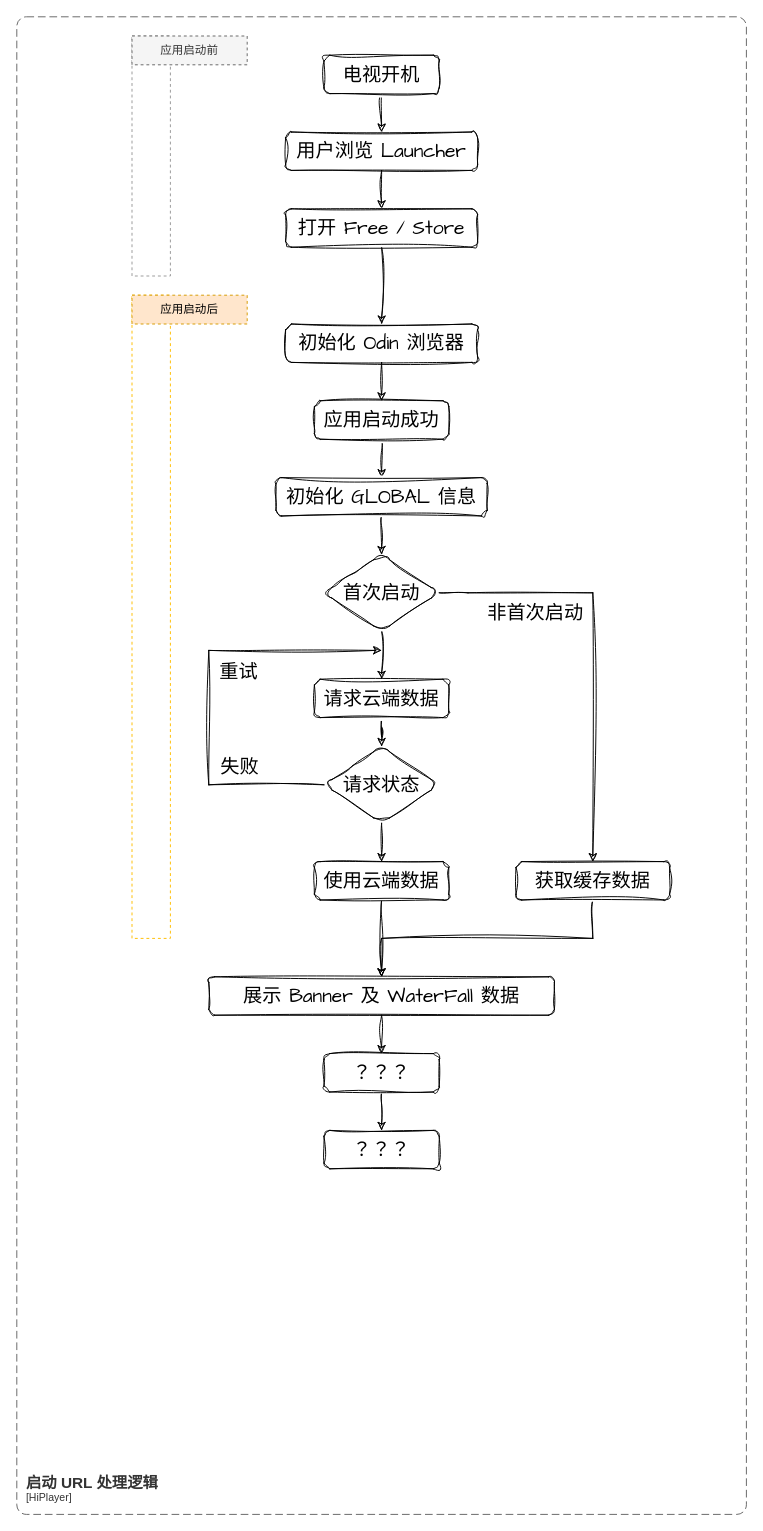
Above: page "启动流程图" (1 of 8) of Free and Store Diagram.drawio in LeeDebug/drawio (draw.io), before the change. Source tidied: cells renumbered, new cells numbered last; positions are measured from the earlier drawing's top-left corner, leaving out a move shared by most shapes. Both pictures are drawn from the tidied source at 96%, with x=0, y=0 at pixel (16, 16).
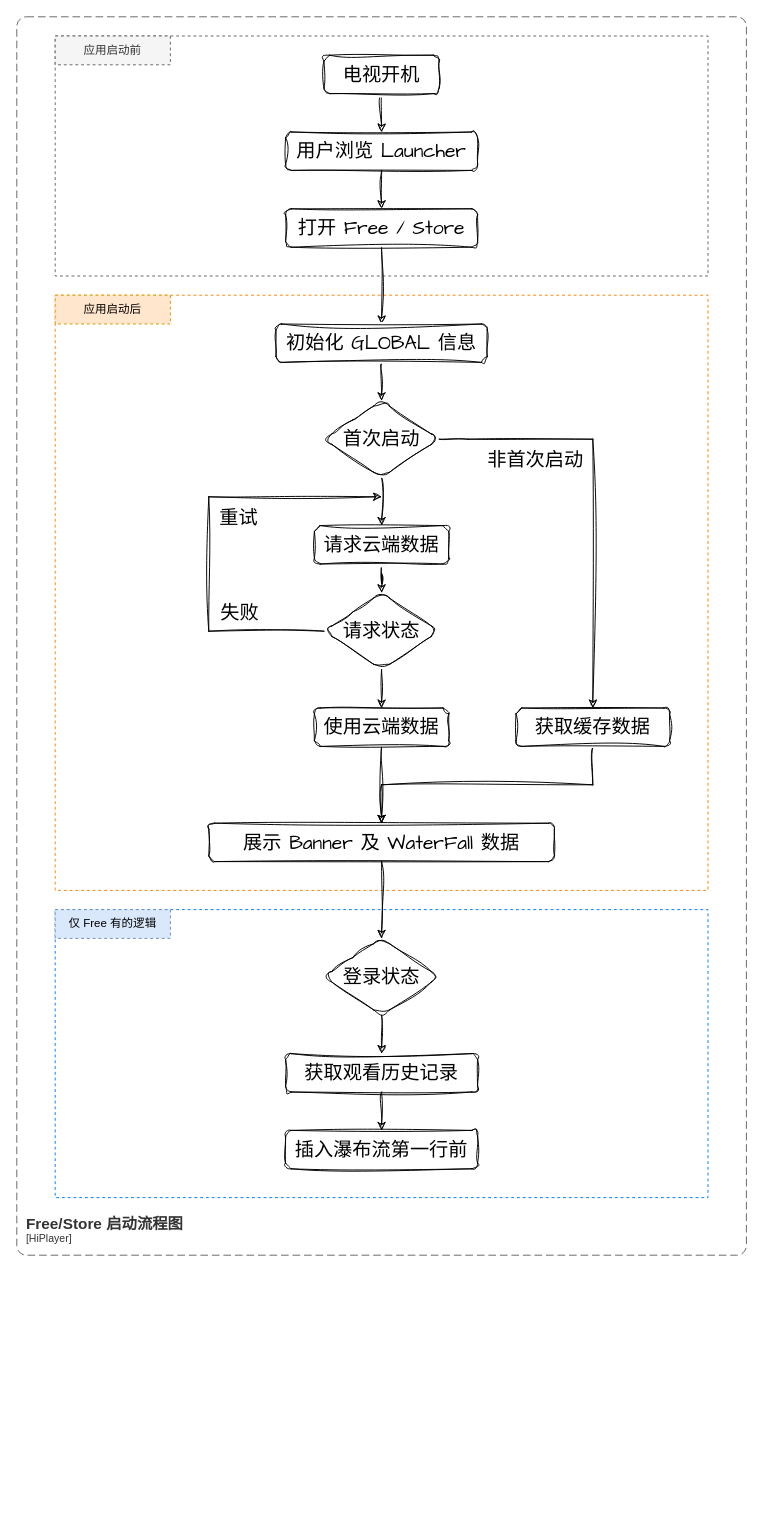
Above is the later version.

The change refers to these unchanged cells:
```xml
<mxCell id="10" value="打开 Free / Store" style="rounded=1;whiteSpace=wrap;html=1;sketch=1;hachureGap=4;jiggle=2;curveFitting=1;fontFamily=Architects Daughter;fontSize=20;" parent="1" vertex="1">
  <mxGeometry x="280" y="200" width="200" height="40" as="geometry" />
</mxCell>
```

What changed in the source:
```diff
@@
+    <mxCell id="39" style="rounded=0;whiteSpace=wrap;html=1;fillColor=none;dashed=1;strokeColor=#007FFF;" parent="1" vertex="1">
+      <mxGeometry x="40" y="930" width="680" height="300" as="geometry" />
+    </mxCell>
-    <mxCell id="2" style="rounded=0;whiteSpace=wrap;html=1;fillColor=none;dashed=1;strokeColor=#999999;" parent="1" vertex="1">
-      <mxGeometry x="120" y="20" width="40" height="250" as="geometry" />
+    <mxCell id="2" style="rounded=0;whiteSpace=wrap;html=1;fillColor=none;dashed=1;strokeColor=#666666;" parent="1" vertex="1">
+      <mxGeometry x="40" y="20" width="680" height="250" as="geometry" />
     </mxCell>
-    <mxCell id="3" style="rounded=0;whiteSpace=wrap;html=1;fillColor=none;dashed=1;strokeColor=#ffbf00;" parent="1" vertex="1">
-      <mxGeometry x="120" y="290" width="40" height="670" as="geometry" />
+    <mxCell id="3" style="rounded=0;whiteSpace=wrap;html=1;fillColor=none;dashed=1;strokeColor=#FF8000;" parent="1" vertex="1">
+      <mxGeometry x="40" y="290" width="680" height="620" as="geometry" />
     </mxCell>
-    <object id="4" label="&lt;font style=&quot;font-size: 16px&quot;&gt;&lt;b&gt;&lt;div style=&quot;text-align: left&quot;&gt;%c4Name%&lt;/div&gt;&lt;/b&gt;&lt;/font&gt;&lt;div style=&quot;text-align: left&quot;&gt;[%c4Application%]&lt;/div&gt;" c4Application="HiPlayer" c4Name="启动 URL 处理逻辑" placeholders="1">
+    <object id="4" label="&lt;font style=&quot;font-size: 16px&quot;&gt;&lt;b&gt;&lt;div style=&quot;text-align: left&quot;&gt;%c4Name%&lt;/div&gt;&lt;/b&gt;&lt;/font&gt;&lt;div style=&quot;text-align: left&quot;&gt;[%c4Application%]&lt;/div&gt;" c4Application="HiPlayer" c4Name="Free/Store 启动流程图" placeholders="1">
       <mxCell style="rounded=1;fontSize=11;whiteSpace=wrap;html=1;dashed=1;arcSize=20;fillColor=none;strokeColor=#666666;fontColor=#333333;labelBackgroundColor=none;align=left;verticalAlign=bottom;labelBorderColor=none;spacingTop=0;spacing=10;dashPattern=8 4;perimeter=rectanglePerimeter;noLabel=0;labelPadding=0;absoluteArcSize=1;" parent="1" vertex="1">
-        <mxGeometry width="760" height="1560" as="geometry" />
+        <mxGeometry width="760" height="1290" as="geometry" />
       </mxCell>
     </object>
@@
-    <mxCell id="9" style="edgeStyle=orthogonalEdgeStyle;rounded=0;sketch=1;hachureGap=4;jiggle=2;curveFitting=1;jettySize=auto;html=1;fontFamily=Architects Daughter;fontSize=16;" parent="1" edge="1" source="10" target="12">
-      <mxGeometry relative="1" as="geometry" />
-    </mxCell>
+    <mxCell id="40" style="edgeStyle=orthogonalEdgeStyle;rounded=0;sketch=1;hachureGap=4;jiggle=2;curveFitting=1;jettySize=auto;html=1;exitX=0.5;exitY=1;exitDx=0;exitDy=0;entryX=0.5;entryY=0;entryDx=0;entryDy=0;fontFamily=Architects Daughter;fontSize=16;" parent="1" edge="1" source="10" target="31">
+      <mxGeometry relative="1" as="geometry" />
+    </mxCell>
@@
-    <mxCell id="11" style="edgeStyle=orthogonalEdgeStyle;rounded=0;sketch=1;hachureGap=4;jiggle=2;curveFitting=1;jettySize=auto;html=1;fontFamily=Architects Daughter;fontSize=16;" parent="1" edge="1" source="12" target="14">
-      <mxGeometry relative="1" as="geometry" />
-    </mxCell>
-    <mxCell id="12" value="初始化 Odin 浏览器" style="rounded=1;whiteSpace=wrap;html=1;sketch=1;hachureGap=4;jiggle=2;curveFitting=1;fontFamily=Architects Daughter;fontSize=20;" parent="1" vertex="1">
-      <mxGeometry x="280" y="320" width="200" height="40" as="geometry" />
-    </mxCell>
-    <mxCell id="13" style="edgeStyle=orthogonalEdgeStyle;rounded=0;sketch=1;hachureGap=4;jiggle=2;curveFitting=1;jettySize=auto;html=1;fontFamily=Architects Daughter;fontSize=16;" parent="1" edge="1" source="14" target="31">
-      <mxGeometry relative="1" as="geometry" />
-    </mxCell>
-    <mxCell id="14" value="应用启动成功" style="rounded=1;whiteSpace=wrap;html=1;sketch=1;hachureGap=4;jiggle=2;curveFitting=1;fontFamily=Architects Daughter;fontSize=20;" parent="1" vertex="1">
-      <mxGeometry x="310" y="400" width="140" height="40" as="geometry" />
-    </mxCell>
-    <mxCell id="15" style="edgeStyle=orthogonalEdgeStyle;rounded=0;sketch=1;hachureGap=4;jiggle=2;curveFitting=1;jettySize=auto;html=1;fontFamily=Architects Daughter;fontSize=16;" parent="1" edge="1" source="16" target="20">
-      <mxGeometry relative="1" as="geometry" />
-    </mxCell>
+    <mxCell id="41" style="edgeStyle=orthogonalEdgeStyle;rounded=0;sketch=1;hachureGap=4;jiggle=2;curveFitting=1;jettySize=auto;html=1;fontFamily=Architects Daughter;fontSize=16;" parent="1" edge="1" source="16" target="43">
+      <mxGeometry relative="1" as="geometry" />
+    </mxCell>
     <mxCell id="16" value="展示 Banner 及 WaterFall 数据" style="rounded=1;whiteSpace=wrap;html=1;sketch=1;hachureGap=4;jiggle=2;curveFitting=1;fontFamily=Architects Daughter;fontSize=20;" parent="1" vertex="1">
-      <mxGeometry x="200" y="1000" width="360" height="40" as="geometry" />
+      <mxGeometry x="200" y="840" width="360" height="40" as="geometry" />
     </mxCell>
     <mxCell id="17" value="应用启动前" style="text;html=1;strokeColor=#666666;fillColor=#f5f5f5;align=center;verticalAlign=middle;whiteSpace=wrap;rounded=0;dashed=1;fontColor=#333333;" parent="1" vertex="1">
-      <mxGeometry x="120" y="20" width="120" height="30" as="geometry" />
+      <mxGeometry x="40" y="20" width="120" height="30" as="geometry" />
     </mxCell>
     <mxCell id="18" value="应用启动后" style="text;html=1;strokeColor=#d79b00;fillColor=#ffe6cc;align=center;verticalAlign=middle;whiteSpace=wrap;rounded=0;dashed=1;" parent="1" vertex="1">
-      <mxGeometry x="120" y="290" width="120" height="30" as="geometry" />
+      <mxGeometry x="40" y="290" width="120" height="30" as="geometry" />
     </mxCell>
-    <mxCell id="19" style="edgeStyle=orthogonalEdgeStyle;rounded=0;sketch=1;hachureGap=4;jiggle=2;curveFitting=1;jettySize=auto;html=1;fontFamily=Architects Daughter;fontSize=16;" parent="1" edge="1" source="20" target="21">
-      <mxGeometry relative="1" as="geometry" />
-    </mxCell>
-    <mxCell id="20" value="？？？" style="rounded=1;whiteSpace=wrap;html=1;sketch=1;hachureGap=4;jiggle=2;curveFitting=1;fontFamily=Architects Daughter;fontSize=20;" parent="1" vertex="1">
-      <mxGeometry x="320" y="1080" width="120" height="40" as="geometry" />
-    </mxCell>
-    <mxCell id="21" value="？？？" style="rounded=1;whiteSpace=wrap;html=1;sketch=1;hachureGap=4;jiggle=2;curveFitting=1;fontFamily=Architects Daughter;fontSize=20;" parent="1" vertex="1">
-      <mxGeometry x="320" y="1160" width="120" height="40" as="geometry" />
-    </mxCell>
     <mxCell id="22" style="edgeStyle=orthogonalEdgeStyle;rounded=0;sketch=1;hachureGap=4;jiggle=2;curveFitting=1;jettySize=auto;html=1;fontFamily=Architects Daughter;fontSize=16;" parent="1" edge="1" source="25" target="27">
       <mxGeometry relative="1" as="geometry">
         <Array as="points">
-          <mxPoint x="470" y="600" />
-          <mxPoint x="470" y="600" />
+          <mxPoint x="470" y="440" />
+          <mxPoint x="470" y="440" />
         </Array>
       </mxGeometry>
     </mxCell>
@@
     <mxCell id="25" value="首次启动" style="rhombus;whiteSpace=wrap;html=1;fontSize=20;fontFamily=Architects Daughter;rounded=1;sketch=1;hachureGap=4;jiggle=2;curveFitting=1;" parent="1" vertex="1">
-      <mxGeometry x="320" y="560" width="120" height="80" as="geometry" />
+      <mxGeometry x="320" y="400" width="120" height="80" as="geometry" />
     </mxCell>
@@
     <mxCell id="27" value="获取缓存数据" style="whiteSpace=wrap;html=1;fontSize=20;fontFamily=Architects Daughter;rounded=1;sketch=1;hachureGap=4;jiggle=2;curveFitting=1;" parent="1" vertex="1">
-      <mxGeometry x="520" y="880" width="160" height="40" as="geometry" />
+      <mxGeometry x="520" y="720" width="160" height="40" as="geometry" />
     </mxCell>
@@
     <mxCell id="29" value="请求云端数据" style="whiteSpace=wrap;html=1;fontSize=20;fontFamily=Architects Daughter;rounded=1;sketch=1;hachureGap=4;jiggle=2;curveFitting=1;" parent="1" vertex="1">
-      <mxGeometry x="310" y="690" width="140" height="40" as="geometry" />
+      <mxGeometry x="310" y="530" width="140" height="40" as="geometry" />
     </mxCell>
@@
     <mxCell id="31" value="初始化 GLOBAL 信息" style="rounded=1;whiteSpace=wrap;html=1;sketch=1;hachureGap=4;jiggle=2;curveFitting=1;fontFamily=Architects Daughter;fontSize=20;" parent="1" vertex="1">
-      <mxGeometry x="270" y="480" width="220" height="40" as="geometry" />
+      <mxGeometry x="270" y="320" width="220" height="40" as="geometry" />
     </mxCell>
@@
     <mxCell id="33" style="edgeStyle=orthogonalEdgeStyle;rounded=0;sketch=1;hachureGap=4;jiggle=2;curveFitting=1;jettySize=auto;html=1;exitX=0;exitY=0.5;exitDx=0;exitDy=0;fontFamily=Architects Daughter;fontSize=16;" parent="1" edge="1" source="36">
       <mxGeometry relative="1" as="geometry">
-        <mxPoint x="380" y="660" as="targetPoint" />
+        <mxPoint x="380" y="500" as="targetPoint" />
         <Array as="points">
-          <mxPoint x="200" y="800" />
-          <mxPoint x="200" y="660" />
+          <mxPoint x="200" y="640" />
+          <mxPoint x="200" y="500" />
         </Array>
       </mxGeometry>
     </mxCell>
@@
     <mxCell id="36" value="请求状态" style="rhombus;whiteSpace=wrap;html=1;fontSize=20;fontFamily=Architects Daughter;rounded=1;sketch=1;hachureGap=4;jiggle=2;curveFitting=1;" parent="1" vertex="1">
-      <mxGeometry x="320" y="760" width="120" height="80" as="geometry" />
+      <mxGeometry x="320" y="600" width="120" height="80" as="geometry" />
     </mxCell>
@@
     <mxCell id="38" value="使用云端数据" style="whiteSpace=wrap;html=1;fontSize=20;fontFamily=Architects Daughter;rounded=1;sketch=1;hachureGap=4;jiggle=2;curveFitting=1;" parent="1" vertex="1">
-      <mxGeometry x="310" y="880" width="140" height="40" as="geometry" />
+      <mxGeometry x="310" y="720" width="140" height="40" as="geometry" />
     </mxCell>
+    <mxCell id="42" style="edgeStyle=orthogonalEdgeStyle;rounded=0;sketch=1;hachureGap=4;jiggle=2;curveFitting=1;jettySize=auto;html=1;fontFamily=Architects Daughter;fontSize=16;" parent="1" edge="1" source="43" target="45">
+      <mxGeometry relative="1" as="geometry" />
+    </mxCell>
+    <mxCell id="43" value="登录状态" style="rhombus;whiteSpace=wrap;html=1;fontSize=20;fontFamily=Architects Daughter;rounded=1;sketch=1;hachureGap=4;jiggle=2;curveFitting=1;" parent="1" vertex="1">
+      <mxGeometry x="320" y="960" width="120" height="80" as="geometry" />
+    </mxCell>
+    <mxCell id="44" style="edgeStyle=orthogonalEdgeStyle;rounded=0;sketch=1;hachureGap=4;jiggle=2;curveFitting=1;jettySize=auto;html=1;fontFamily=Architects Daughter;fontSize=16;" parent="1" edge="1" source="45" target="46">
+      <mxGeometry relative="1" as="geometry" />
+    </mxCell>
+    <mxCell id="45" value="获取观看历史记录" style="whiteSpace=wrap;html=1;fontSize=20;fontFamily=Architects Daughter;rounded=1;sketch=1;hachureGap=4;jiggle=2;curveFitting=1;" parent="1" vertex="1">
+      <mxGeometry x="280" y="1080" width="200" height="40" as="geometry" />
+    </mxCell>
+    <mxCell id="46" value="插入瀑布流第一行前" style="whiteSpace=wrap;html=1;fontSize=20;fontFamily=Architects Daughter;rounded=1;sketch=1;hachureGap=4;jiggle=2;curveFitting=1;" parent="1" vertex="1">
+      <mxGeometry x="280" y="1160" width="200" height="40" as="geometry" />
+    </mxCell>
+    <mxCell id="47" value="仅 Free 有的逻辑" style="text;html=1;strokeColor=#6c8ebf;fillColor=#dae8fc;align=center;verticalAlign=middle;whiteSpace=wrap;rounded=0;dashed=1;" parent="1" vertex="1">
+      <mxGeometry x="40" y="930" width="120" height="30" as="geometry" />
+    </mxCell>
```
